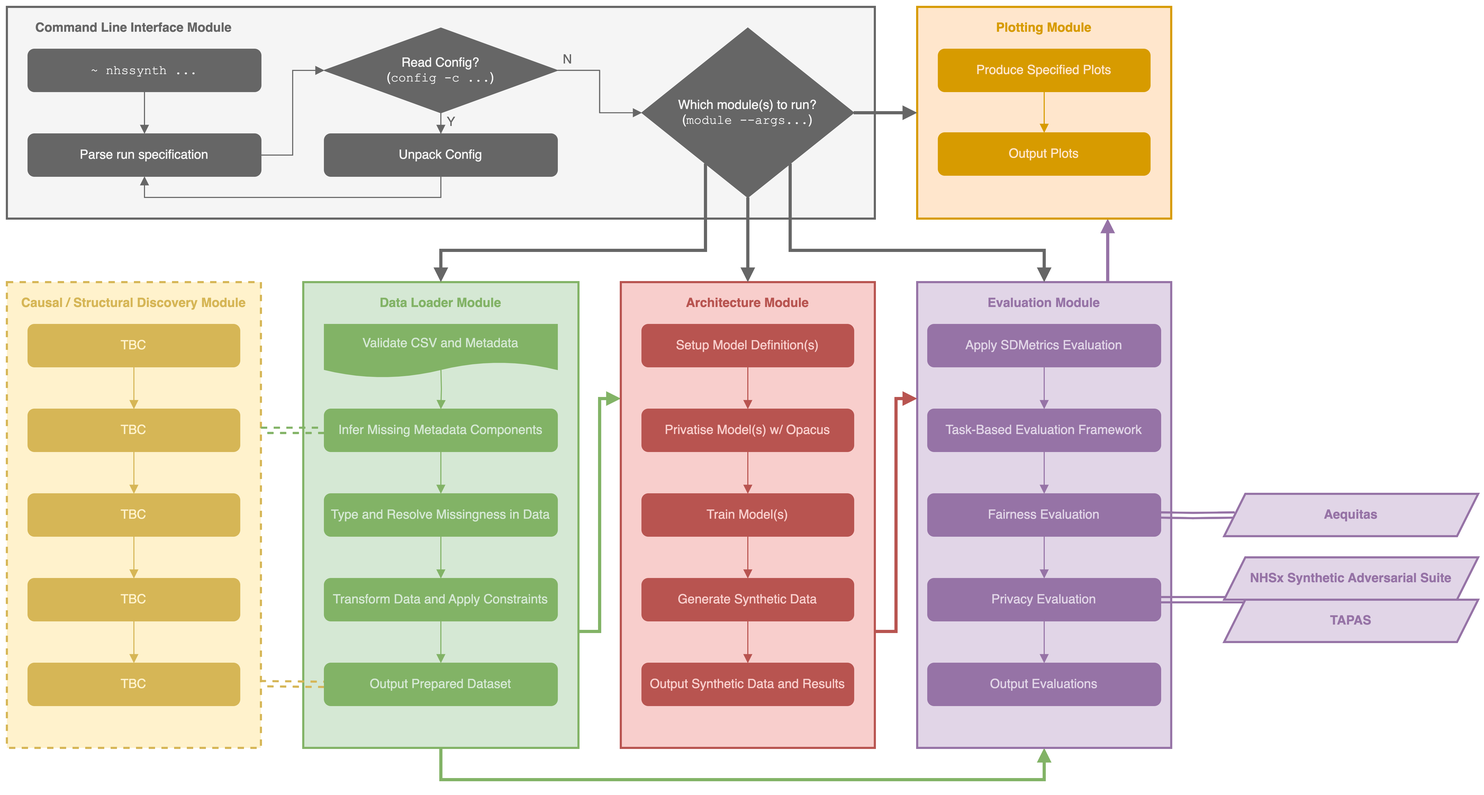
nhsengland/NHSSynth keeps this draw.io diagram as docs/modules.png. Above is the earlier version. Source tidied: cells renumbered, new cells last; positions are measured from the earlier drawing's top-left corner, leaving out a move shared by most shapes.
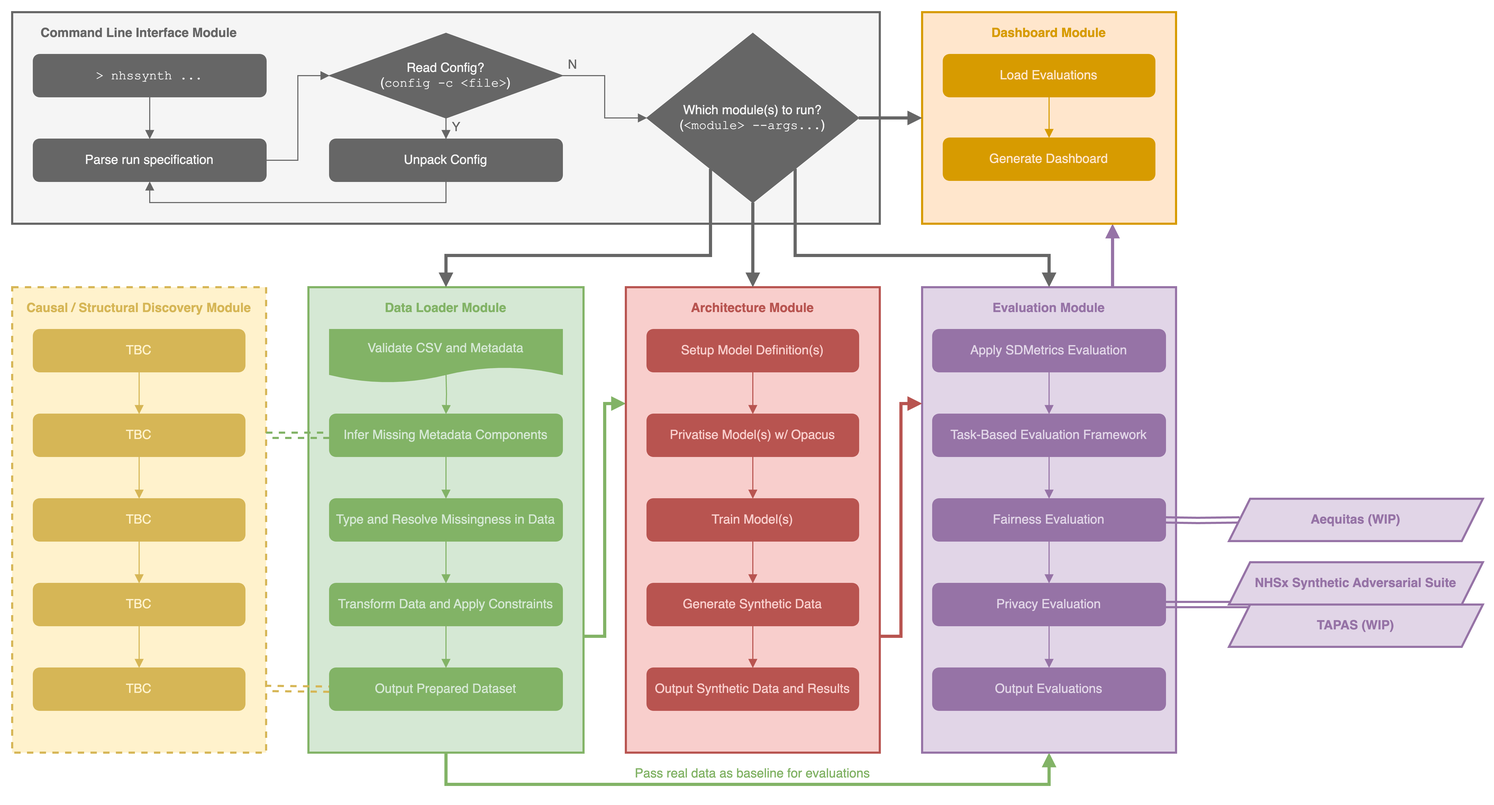
Later version of the same file.

Diff of the diagram source:
```diff
@@ -104,7 +104,7 @@
     <mxCell id="27" value="Task-Based Evaluation Framework" style="rounded=1;whiteSpace=wrap;html=1;fillColor=#9673A6;strokeColor=#9673A6;fontColor=#E1D5E7;" parent="1" vertex="1">
       <mxGeometry x="870" y="380" width="220" height="40" as="geometry" />
     </mxCell>
-    <mxCell id="28" value="&lt;b&gt;Aequitas&lt;/b&gt;" style="shape=parallelogram;perimeter=parallelogramPerimeter;whiteSpace=wrap;html=1;fixedSize=1;rounded=0;glass=0;fillColor=#e1d5e7;strokeColor=#9673a6;strokeWidth=2;fontColor=#9673A6;" parent="1" vertex="1">
+    <mxCell id="28" value="&lt;b&gt;Aequitas (WIP)&lt;/b&gt;" style="shape=parallelogram;perimeter=parallelogramPerimeter;whiteSpace=wrap;html=1;fixedSize=1;rounded=0;glass=0;fillColor=#e1d5e7;strokeColor=#9673a6;strokeWidth=2;fontColor=#9673A6;" parent="1" vertex="1">
       <mxGeometry x="1150" y="460" width="240" height="40" as="geometry" />
     </mxCell>
     <mxCell id="29" style="edgeStyle=orthogonalEdgeStyle;rounded=0;jettySize=auto;html=1;fontFamily=Helvetica;fontColor=#666666;fillColor=#f8cecc;strokeColor=#b85450;strokeWidth=3;endArrow=block;endFill=1;exitX=1;exitY=0.75;exitDx=0;exitDy=0;entryX=0;entryY=0.25;entryDx=0;entryDy=0;" parent="1" edge="1" source="30" target="8">
@@ -163,13 +163,13 @@
     <mxCell id="46" style="edgeStyle=orthogonalEdgeStyle;rounded=0;jettySize=auto;html=1;fontFamily=Helvetica;fontColor=#F5F5F5;fillColor=#f5f5f5;strokeColor=#666666;endArrow=block;endFill=1;" parent="1" edge="1" source="47" target="54">
       <mxGeometry relative="1" as="geometry" />
     </mxCell>
-    <mxCell id="47" value="&lt;font face=&quot;Courier New&quot; color=&quot;#f5f5f5&quot;&gt;~ nhssynth ...&lt;/font&gt;" style="rounded=1;whiteSpace=wrap;html=1;fillColor=#666666;strokeColor=#666666;fontColor=#333333;" parent="1" vertex="1">
+    <mxCell id="47" value="&lt;font face=&quot;Courier New&quot; color=&quot;#f5f5f5&quot;&gt;&amp;gt; nhssynth ...&lt;/font&gt;" style="rounded=1;whiteSpace=wrap;html=1;fillColor=#666666;strokeColor=#666666;fontColor=#333333;" parent="1" vertex="1">
       <mxGeometry x="20" y="40" width="220" height="40" as="geometry" />
     </mxCell>
     <mxCell id="48" style="rounded=0;whiteSpace=wrap;html=1;arcSize=5;fillColor=#FFE6CC;strokeColor=#D79B00;strokeWidth=2;" parent="1" vertex="1">
       <mxGeometry x="860" width="240" height="200" as="geometry" />
     </mxCell>
-    <mxCell id="49" value="Plotting Module" style="text;html=1;strokeColor=none;fillColor=none;align=center;verticalAlign=middle;whiteSpace=wrap;rounded=0;fontStyle=1;fontColor=#D79B00;" parent="1" vertex="1">
+    <mxCell id="49" value="Dashboard Module" style="text;html=1;strokeColor=none;fillColor=none;align=center;verticalAlign=middle;whiteSpace=wrap;rounded=0;fontStyle=1;fontColor=#D79B00;" parent="1" vertex="1">
       <mxGeometry x="870" width="220" height="40" as="geometry" />
     </mxCell>
     <mxCell id="50" style="edgeStyle=orthogonalEdgeStyle;rounded=0;jettySize=auto;html=1;entryX=0.5;entryY=0;entryDx=0;entryDy=0;fontFamily=Helvetica;fontColor=#F5F5F5;fillColor=#f5f5f5;strokeColor=#666666;endArrow=block;endFill=1;" parent="1" edge="1" source="52" target="56">
@@ -178,7 +178,7 @@
     <mxCell id="51" style="edgeStyle=orthogonalEdgeStyle;rounded=0;jettySize=auto;html=1;entryX=0;entryY=0.5;entryDx=0;entryDy=0;fontFamily=Helvetica;fontColor=#F5F5F5;fillColor=#f5f5f5;strokeColor=#666666;endArrow=block;endFill=1;" parent="1" edge="1" source="52" target="61">
       <mxGeometry relative="1" as="geometry" />
     </mxCell>
-    <mxCell id="52" value="&lt;font color=&quot;#f5f5f5&quot;&gt;Read Config?&lt;br style=&quot;border-color: var(--border-color);&quot;&gt;&lt;font style=&quot;border-color: var(--border-color);&quot;&gt;(&lt;/font&gt;&lt;font style=&quot;border-color: var(--border-color);&quot; face=&quot;Courier New&quot;&gt;config -c ...&lt;/font&gt;&lt;font style=&quot;border-color: var(--border-color);&quot;&gt;)&lt;/font&gt;&lt;/font&gt;" style="rhombus;whiteSpace=wrap;html=1;rounded=0;strokeColor=#666666;fontFamily=Helvetica;fontColor=#333333;fillColor=#666666;" parent="1" vertex="1">
+    <mxCell id="52" value="&lt;font color=&quot;#f5f5f5&quot;&gt;Read Config?&lt;br style=&quot;border-color: var(--border-color);&quot;&gt;&lt;font style=&quot;border-color: var(--border-color);&quot;&gt;(&lt;/font&gt;&lt;font style=&quot;border-color: var(--border-color);&quot; face=&quot;Courier New&quot;&gt;config -c &amp;lt;file&amp;gt;&lt;/font&gt;&lt;font style=&quot;border-color: var(--border-color);&quot;&gt;)&lt;/font&gt;&lt;/font&gt;" style="rhombus;whiteSpace=wrap;html=1;rounded=0;strokeColor=#666666;fontFamily=Helvetica;fontColor=#333333;fillColor=#666666;" parent="1" vertex="1">
       <mxGeometry x="300" y="20" width="220" height="80" as="geometry" />
     </mxCell>
     <mxCell id="53" style="edgeStyle=orthogonalEdgeStyle;rounded=0;jettySize=auto;html=1;entryX=0;entryY=0.5;entryDx=0;entryDy=0;fontFamily=Helvetica;fontColor=#F5F5F5;fillColor=#f5f5f5;strokeColor=#666666;endArrow=block;endFill=1;" parent="1" edge="1" source="54" target="52">
@@ -225,7 +225,7 @@
     <mxCell id="60" style="edgeStyle=orthogonalEdgeStyle;rounded=0;jettySize=auto;html=1;fontFamily=Helvetica;fontColor=#F5F5F5;fillColor=#f5f5f5;strokeColor=#666666;endArrow=block;endFill=1;strokeWidth=3;" parent="1" edge="1" source="61" target="48">
       <mxGeometry relative="1" as="geometry" />
     </mxCell>
-    <mxCell id="61" value="&lt;font color=&quot;#f5f5f5&quot;&gt;Which module(s) to run?&lt;br style=&quot;border-color: var(--border-color);&quot;&gt;&lt;font style=&quot;border-color: var(--border-color);&quot;&gt;(&lt;/font&gt;&lt;font style=&quot;border-color: var(--border-color);&quot; face=&quot;Courier New&quot;&gt;module --args...&lt;/font&gt;&lt;font style=&quot;border-color: var(--border-color);&quot;&gt;)&lt;/font&gt;&lt;/font&gt;" style="rhombus;whiteSpace=wrap;html=1;rounded=0;strokeColor=#666666;fontFamily=Helvetica;fontColor=#333333;fillColor=#666666;" parent="1" vertex="1">
+    <mxCell id="61" value="&lt;font color=&quot;#f5f5f5&quot;&gt;Which module(s) to run?&lt;br style=&quot;border-color: var(--border-color);&quot;&gt;&lt;font style=&quot;border-color: var(--border-color);&quot;&gt;(&lt;font face=&quot;Courier New&quot;&gt;&amp;lt;&lt;/font&gt;&lt;/font&gt;&lt;font style=&quot;border-color: var(--border-color);&quot; face=&quot;Courier New&quot;&gt;module&amp;gt; --args...&lt;/font&gt;&lt;font style=&quot;border-color: var(--border-color);&quot;&gt;)&lt;/font&gt;&lt;/font&gt;" style="rhombus;whiteSpace=wrap;html=1;rounded=0;strokeColor=#666666;fontFamily=Helvetica;fontColor=#333333;fillColor=#666666;" parent="1" vertex="1">
       <mxGeometry x="600" y="20" width="200" height="160" as="geometry" />
     </mxCell>
     <mxCell id="62" value="Validate CSV and Metadata" style="shape=document;whiteSpace=wrap;html=1;boundedLbl=1;rounded=0;strokeColor=#82B366;fontFamily=Helvetica;fillColor=#82B366;fontColor=#D5E8D4;" parent="1" vertex="1">
@@ -246,7 +246,7 @@
         </Array>
       </mxGeometry>
     </mxCell>
-    <mxCell id="66" value="&lt;b&gt;TAPAS&lt;/b&gt;" style="shape=parallelogram;perimeter=parallelogramPerimeter;whiteSpace=wrap;html=1;fixedSize=1;rounded=0;glass=0;fillColor=#e1d5e7;strokeColor=#9673a6;strokeWidth=2;fontColor=#9673A6;" parent="1" vertex="1">
+    <mxCell id="66" value="&lt;b&gt;TAPAS (WIP)&lt;br&gt;&lt;/b&gt;" style="shape=parallelogram;perimeter=parallelogramPerimeter;whiteSpace=wrap;html=1;fixedSize=1;rounded=0;glass=0;fillColor=#e1d5e7;strokeColor=#9673a6;strokeWidth=2;fontColor=#9673A6;" parent="1" vertex="1">
       <mxGeometry x="1150" y="560" width="240" height="40" as="geometry" />
     </mxCell>
     <mxCell id="67" value="&lt;b&gt;NHSx Synthetic Adversarial Suite&lt;/b&gt;" style="shape=parallelogram;perimeter=parallelogramPerimeter;whiteSpace=wrap;html=1;fixedSize=1;rounded=0;glass=0;fillColor=#e1d5e7;strokeColor=#9673a6;strokeWidth=2;fontColor=#9673A6;fillStyle=auto;" parent="1" vertex="1">
@@ -255,10 +255,10 @@
     <mxCell id="68" style="edgeStyle=orthogonalEdgeStyle;rounded=0;jettySize=auto;html=1;shadow=0;strokeWidth=1;fontFamily=Helvetica;fontColor=#9673A6;endArrow=block;endFill=1;fillColor=#ffe6cc;strokeColor=#d79b00;" parent="1" edge="1" source="69" target="70">
       <mxGeometry relative="1" as="geometry" />
     </mxCell>
-    <mxCell id="69" value="Produce Specified Plots" style="rounded=1;whiteSpace=wrap;html=1;fillStyle=auto;strokeColor=#D79B00;fontFamily=Helvetica;fillColor=#D79B00;fontColor=#FFE6CC;" parent="1" vertex="1">
+    <mxCell id="69" value="Load Evaluations" style="rounded=1;whiteSpace=wrap;html=1;fillStyle=auto;strokeColor=#D79B00;fontFamily=Helvetica;fillColor=#D79B00;fontColor=#FFE6CC;" parent="1" vertex="1">
       <mxGeometry x="880" y="40" width="200" height="40" as="geometry" />
     </mxCell>
-    <mxCell id="70" value="Output Plots" style="rounded=1;whiteSpace=wrap;html=1;fillStyle=auto;strokeColor=#D79B00;fontFamily=Helvetica;fillColor=#D79B00;fontColor=#FFE6CC;" parent="1" vertex="1">
+    <mxCell id="70" value="Generate Dashboard" style="rounded=1;whiteSpace=wrap;html=1;fillStyle=auto;strokeColor=#D79B00;fontFamily=Helvetica;fillColor=#D79B00;fontColor=#FFE6CC;" parent="1" vertex="1">
       <mxGeometry x="880" y="119" width="200" height="40" as="geometry" />
     </mxCell>
     <mxCell id="71" style="endArrow=block;html=1;rounded=0;exitX=0.5;exitY=1;exitDx=0;exitDy=0;entryX=0.5;entryY=0;entryDx=0;entryDy=0;endFill=1;fillColor=#fff2cc;strokeColor=#d6b656;" parent="1" edge="1">
@@ -299,5 +299,8 @@
     <mxCell id="79" value="&lt;font color=&quot;#fff2cc&quot;&gt;TBC&lt;/font&gt;" style="rounded=1;whiteSpace=wrap;html=1;fillColor=#D6B656;strokeColor=#D6B656;" parent="1" vertex="1">
       <mxGeometry x="20" y="620" width="200" height="40" as="geometry" />
     </mxCell>
+    <mxCell id="80" value="Pass real data as baseline for evaluations" style="text;html=1;strokeColor=none;fillColor=none;align=center;verticalAlign=middle;whiteSpace=wrap;rounded=0;rotation=0;fontColor=#82B366;fontStyle=0;" parent="1" vertex="1">
+      <mxGeometry x="560" y="710" width="280" height="20" as="geometry" />
+    </mxCell>
   </root>
 </mxGraphModel>
```
